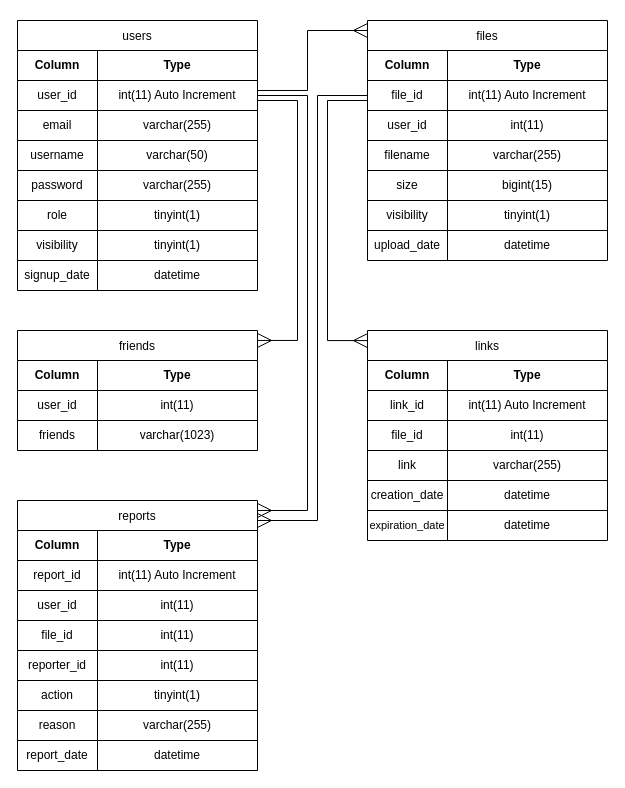
Before: doc/diagrams/database.drawio in nozzato/nshare, a draw.io diagram. Source tidied: cells renumbered, new cells numbered last; positions are measured from the earlier drawing's top-left corner, leaving out a move shared by most shapes. Both pictures are drawn from the tidied source at 100%, with x=0, y=0 at pixel (17, 20).
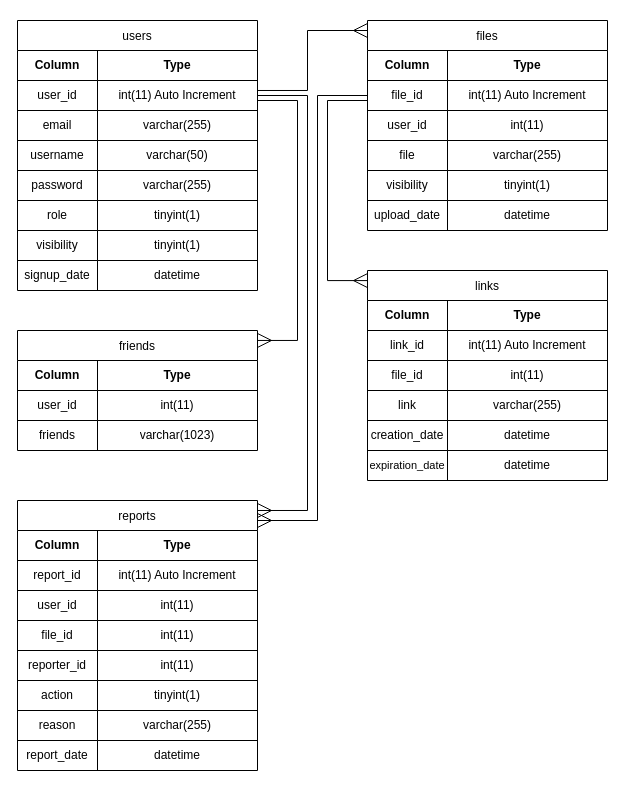
The same diagram, later.

Commit message:
Remove file size field

The change refers to these unchanged cells:
```xml
<mxCell id="72" style="shape=tableRow;horizontal=0;startSize=0;swimlaneHead=0;swimlaneBody=0;strokeColor=inherit;top=0;left=0;bottom=0;right=0;fillColor=none;" parent="62" vertex="1">
  <mxGeometry y="120" width="240" height="30" as="geometry" />
</mxCell>
```

The edit, as a diff of the source:
```diff
@@
     <mxCell id="62" value="files" style="shape=table;startSize=30;childLayout=tableLayout;" parent="1" vertex="1">
-      <mxGeometry x="350" width="240" height="240" as="geometry" />
+      <mxGeometry x="350" width="240" height="210" as="geometry" />
     </mxCell>
@@
-    <mxCell id="73" value="filename" style="shape=partialRectangle;html=1;whiteSpace=wrap;strokeColor=inherit;overflow=hidden;fillColor=none;top=0;left=0;bottom=0;right=0;" parent="72" vertex="1">
+    <mxCell id="73" value="file" style="shape=partialRectangle;html=1;whiteSpace=wrap;strokeColor=inherit;overflow=hidden;fillColor=none;top=0;left=0;bottom=0;right=0;" parent="72" vertex="1">
       <mxGeometry width="80" height="30" as="geometry" />
     </mxCell>
@@
-    <mxCell id="75" style="shape=tableRow;horizontal=0;startSize=0;swimlaneHead=0;swimlaneBody=0;strokeColor=inherit;top=0;left=0;bottom=0;right=0;fillColor=none;" parent="62" vertex="1">
-      <mxGeometry y="150" width="240" height="30" as="geometry" />
-    </mxCell>
-    <mxCell id="76" value="size" style="shape=partialRectangle;html=1;whiteSpace=wrap;strokeColor=inherit;overflow=hidden;fillColor=none;top=0;left=0;bottom=0;right=0;" parent="75" vertex="1">
-      <mxGeometry width="80" height="30" as="geometry" />
-    </mxCell>
-    <mxCell id="77" value="bigint(15)" style="shape=partialRectangle;html=1;whiteSpace=wrap;strokeColor=inherit;overflow=hidden;fillColor=none;top=0;left=0;bottom=0;right=0;" parent="75" vertex="1">
-      <mxGeometry x="80" width="160" height="30" as="geometry" />
-    </mxCell>
     <mxCell id="78" style="shape=tableRow;horizontal=0;startSize=0;swimlaneHead=0;swimlaneBody=0;strokeColor=inherit;top=0;left=0;bottom=0;right=0;fillColor=none;" parent="62" vertex="1">
-      <mxGeometry y="180" width="240" height="30" as="geometry" />
+      <mxGeometry y="150" width="240" height="30" as="geometry" />
     </mxCell>
@@
     <mxCell id="81" style="shape=tableRow;horizontal=0;startSize=0;swimlaneHead=0;swimlaneBody=0;strokeColor=inherit;top=0;left=0;bottom=0;right=0;fillColor=none;" parent="62" vertex="1">
-      <mxGeometry y="210" width="240" height="30" as="geometry" />
+      <mxGeometry y="180" width="240" height="30" as="geometry" />
     </mxCell>
@@
     <mxCell id="84" value="links" style="shape=table;startSize=30;childLayout=tableLayout;" parent="1" vertex="1">
-      <mxGeometry x="350" y="310" width="240" height="210" as="geometry" />
+      <mxGeometry x="350" y="250" width="240" height="210" as="geometry" />
     </mxCell>
```
